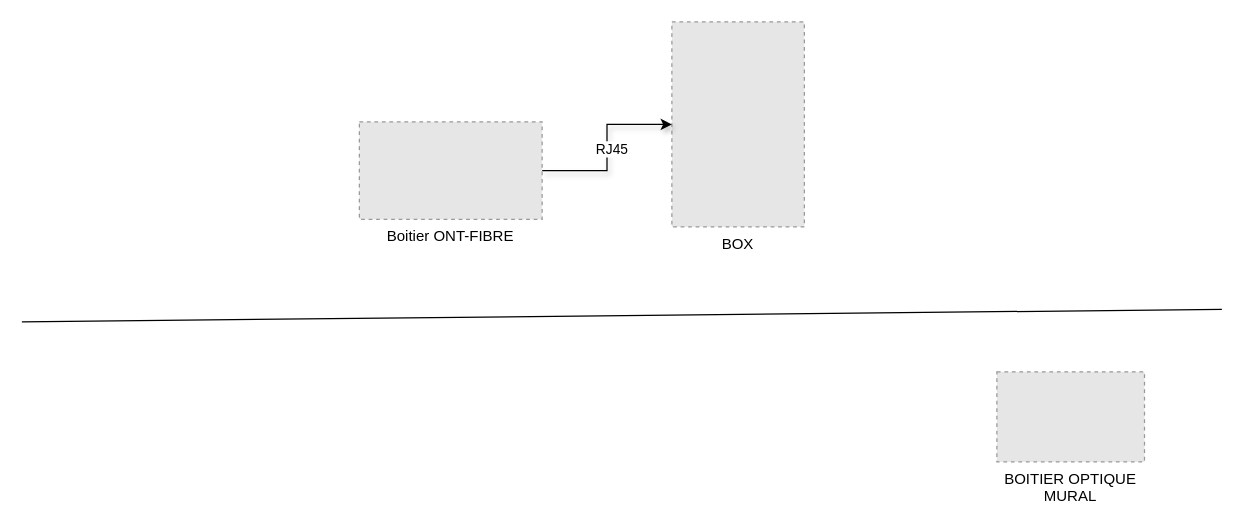
This is Untitled Diagram.drawio from bastero42/test, a draw.io file, before an edit. Source tidied: cells renumbered, new cells numbered last; positions are measured from the earlier drawing's top-left corner, leaving out a move shared by most shapes. Both pictures are drawn from the tidied source at 125%, with x=0, y=0 at pixel (21, 21). Pictures stored in the file or linked from it are replaced by grey dashed boxes.
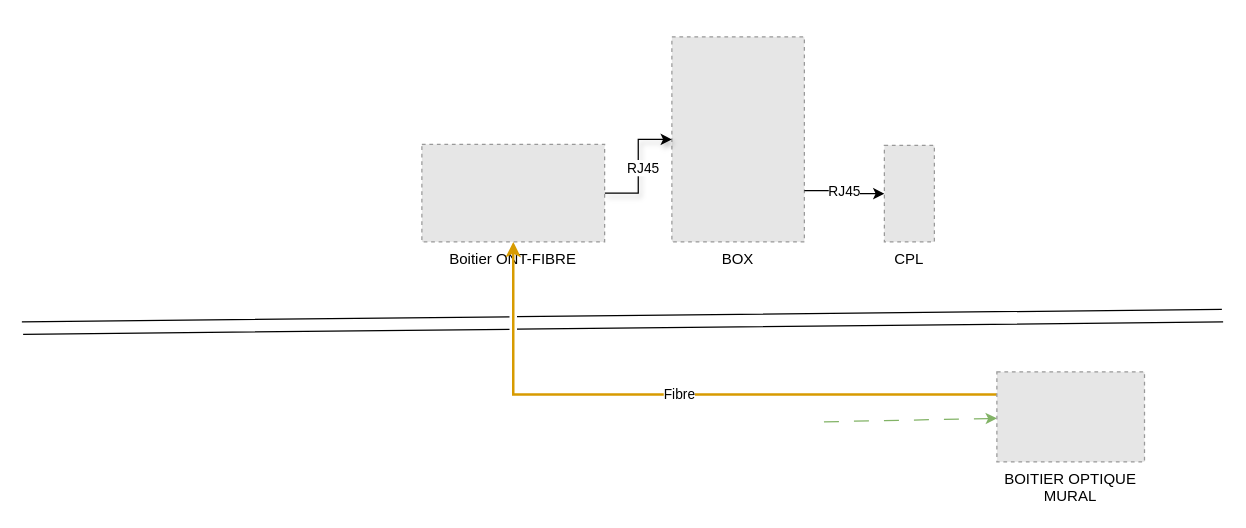
After the change.

What changed in the source:
```diff
@@
 <mxGraphModel>
   <root>
     <mxCell id="0" />
     <mxCell id="1" parent="0" />
     <mxCell id="2" value="BOX" style="fillColor=#E6E6E6;strokeColor=#999999;dashed=1;verticalLabelPosition=bottom;labelBackgroundColor=default;verticalAlign=top;" parent="1" vertex="1">
-      <mxGeometry x="520" width="106" height="164" as="geometry" />
+      <mxGeometry x="520" y="12" width="106" height="164" as="geometry" />
     </mxCell>
     <mxCell id="3" style="edgeStyle=orthogonalEdgeStyle;rounded=0;jettySize=auto;html=1;entryX=0;entryY=0.5;entryDx=0;entryDy=0;shadow=1;" parent="1" edge="1" source="5" target="2">
       <mxGeometry relative="1" as="geometry" />
     </mxCell>
     <mxCell id="4" value="RJ45" style="edgeLabel;html=1;align=center;verticalAlign=middle;" parent="3" vertex="1">
       <mxGeometry x="-0.01" y="-3" relative="1" as="geometry">
         <mxPoint y="1" as="offset" />
       </mxGeometry>
     </mxCell>
     <mxCell id="5" value="Boitier ONT-FIBRE" style="fillColor=#E6E6E6;strokeColor=#999999;dashed=1;verticalLabelPosition=bottom;labelBackgroundColor=default;verticalAlign=top;" parent="1" vertex="1">
-      <mxGeometry x="270" y="80" width="146.2" height="78" as="geometry" />
+      <mxGeometry x="320" y="98" width="146.2" height="78" as="geometry" />
     </mxCell>
+    <mxCell id="8" style="rounded=0;jettySize=auto;html=1;startArrow=classic;fillColor=#d5e8d4;strokeColor=#82b366;curved=0;dashed=1;dashPattern=12 12;startFill=1;endArrow=none;endFill=0;" parent="1" edge="1" source="6">
+      <mxGeometry relative="1" as="geometry">
+        <mxPoint x="640" y="320" as="targetPoint" />
+      </mxGeometry>
+    </mxCell>
+    <mxCell id="9" value="Fibre" style="edgeStyle=orthogonalEdgeStyle;rounded=0;jettySize=auto;html=1;exitX=0;exitY=0.25;exitDx=0;exitDy=0;jumpStyle=gap;strokeWidth=2;fillColor=#ffe6cc;strokeColor=#d79b00;" parent="1" edge="1" source="6" target="5">
+      <mxGeometry relative="1" as="geometry" />
+    </mxCell>
     <mxCell id="6" value="BOITIER OPTIQUE&#10;MURAL" style="fillColor=#E6E6E6;strokeColor=#999999;dashed=1;verticalLabelPosition=bottom;labelBackgroundColor=default;verticalAlign=top;" parent="1" vertex="1">
       <mxGeometry x="780" y="280" width="118.1" height="72" as="geometry" />
     </mxCell>
-    <mxCell id="7" style="endArrow=none;html=1;rounded=0;" parent="1" edge="1">
+    <mxCell id="7" style="endArrow=none;html=1;rounded=0;jumpStyle=gap;" parent="1" edge="1">
       <mxGeometry relative="1" as="geometry">
         <mxPoint y="240" as="sourcePoint" />
         <mxPoint x="960" y="230" as="targetPoint" />
       </mxGeometry>
     </mxCell>
+    <mxCell id="10" value="RJ45" style="edgeStyle=orthogonalEdgeStyle;rounded=0;jettySize=auto;html=1;entryX=1;entryY=0.75;entryDx=0;entryDy=0;endArrow=none;endFill=0;startArrow=classic;startFill=1;" parent="1" edge="1" source="11" target="2">
+      <mxGeometry relative="1" as="geometry" />
+    </mxCell>
+    <mxCell id="11" value="CPL" style="fillColor=#E6E6E6;strokeColor=#999999;dashed=1;verticalLabelPosition=bottom;labelBackgroundColor=default;verticalAlign=top;" parent="1" vertex="1">
+      <mxGeometry x="690" y="98.7" width="40" height="77.3" as="geometry" />
+    </mxCell>
+    <mxCell id="12" style="endArrow=none;html=1;rounded=0;jumpStyle=gap;" parent="1" edge="1">
+      <mxGeometry relative="1" as="geometry">
+        <mxPoint x="1" y="250" as="sourcePoint" />
+        <mxPoint x="961" y="240" as="targetPoint" />
+      </mxGeometry>
+    </mxCell>
   </root>
 </mxGraphModel>
```
